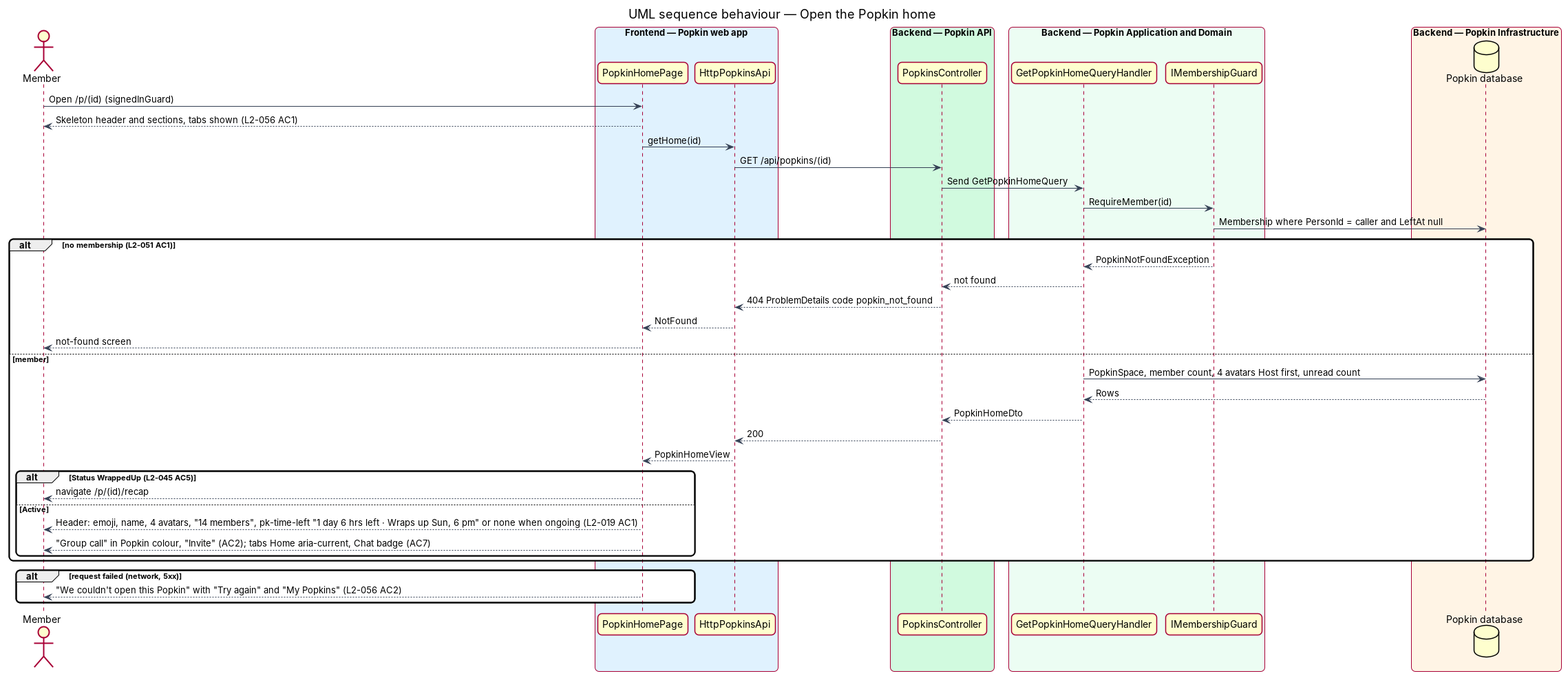
Above: docs/detailed-designs/popkins/popkin-home/diagrams/sequence-open-home.png in QuinntyneBrown/popkin (PlantUML), before the change. Its source is kept beside it as docs/detailed-designs/popkins/popkin-home/diagrams/sequence-open-home.puml. Source of this version:
```plantuml
@startuml
title UML sequence behaviour — Open the Popkin home
skinparam backgroundColor #FFFFFF
skinparam shadowing false
skinparam roundcorner 12
skinparam defaultFontName Arial
skinparam ArrowColor #344054
skinparam rectangle {
  BorderColor #344054
  FontColor #101828
}
skinparam package {
  BorderColor #667085
  FontColor #101828
  BackgroundColor #F9FAFB
}
actor "Member" as actor
box "Frontend — Popkin web app" #E0F2FE
  participant "PopkinHomePage" as page
  participant "HttpPopkinsApi" as client
end box
box "Backend — Popkin API" #D1FADF
  participant "PopkinsController" as ctrl
end box
box "Backend — Popkin Application and Domain" #ECFDF3
  participant "GetPopkinHomeQueryHandler" as handler
  participant "IMembershipGuard" as guard
end box
box "Backend — Popkin Infrastructure" #FFF4E5
  database "Popkin database" as db
end box
actor -> page : Open /p/(id) (signedInGuard)
page --> actor : Skeleton header and sections, tabs shown (L2-056 AC1)
page -> client : getHome(id)
client -> ctrl : GET /api/popkins/(id)
ctrl -> handler : Send GetPopkinHomeQuery
handler -> guard : RequireMember(id)
guard -> db : Membership where PersonId = caller and LeftAt null
alt no membership (L2-051 AC1)
  guard --> handler : PopkinNotFoundException
  handler --> ctrl : not found
  ctrl --> client : 404 ProblemDetails code popkin_not_found
  client --> page : NotFound
  page --> actor : not-found screen
else member
  handler -> db : PopkinSpace, member count, 4 avatars Host first, unread count
  db --> handler : Rows
  handler --> ctrl : PopkinHomeDto
  ctrl --> client : 200
  client --> page : PopkinHomeView
  alt Status WrappedUp (L2-045 AC5)
    page --> actor : navigate /p/(id)/recap
  else Active
    page --> actor : Header: emoji, name, 4 avatars, "14 members", pk-time-left "1 day 6 hrs left · Wraps up Sun, 6 pm" or none when ongoing (L2-019 AC1)
    page --> actor : "Group call" in Popkin colour, "Invite" (AC2); tabs Home aria-current, Chat badge (AC7)
  end
end
alt request failed (network, 5xx)
  page --> actor : "We couldn't open this Popkin" with "Try again" and "My Popkins" (L2-056 AC2)
end
@enduml
```
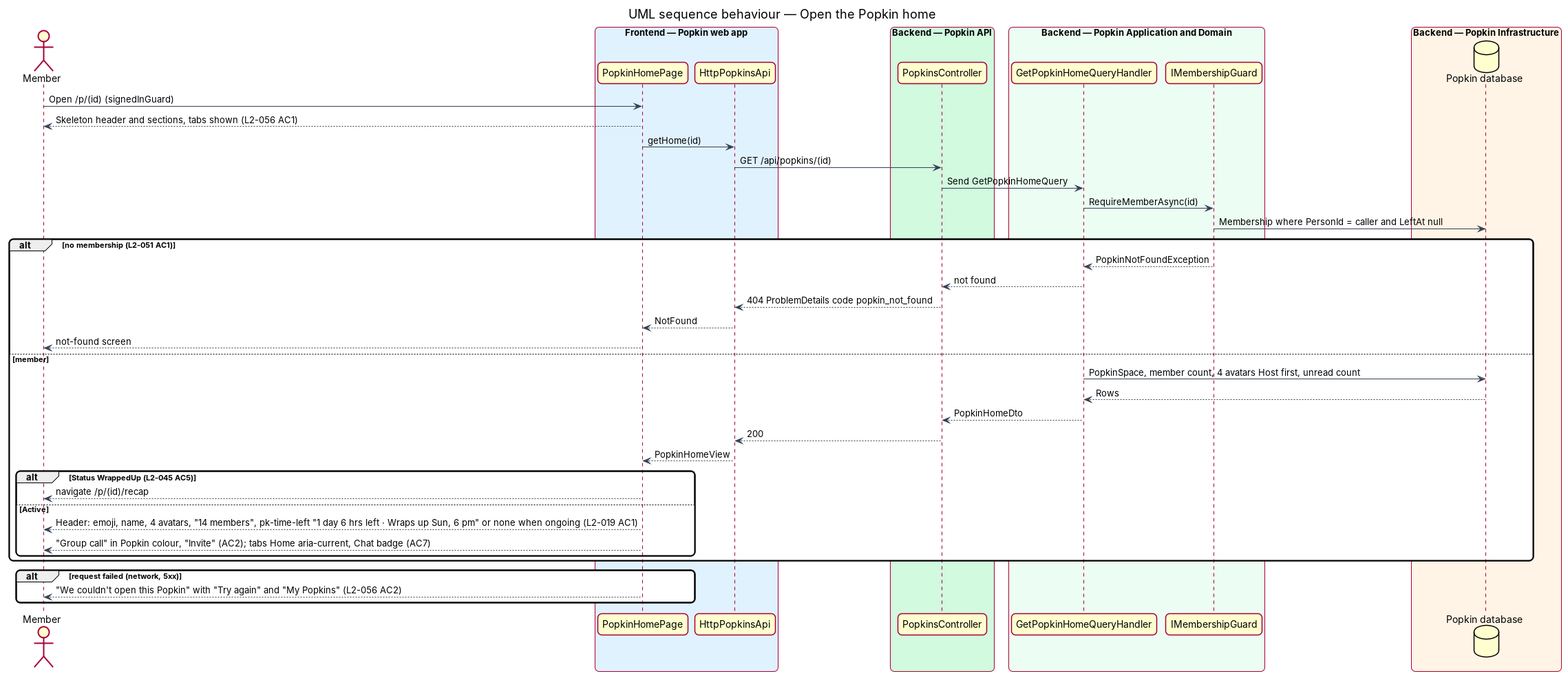
After the change.

Diff of the diagram source:
```diff
@@ -34,7 +34,7 @@
 page -> client : getHome(id)
 client -> ctrl : GET /api/popkins/(id)
 ctrl -> handler : Send GetPopkinHomeQuery
-handler -> guard : RequireMember(id)
+handler -> guard : RequireMemberAsync(id)
 guard -> db : Membership where PersonId = caller and LeftAt null
 alt no membership (L2-051 AC1)
   guard --> handler : PopkinNotFoundException
```
